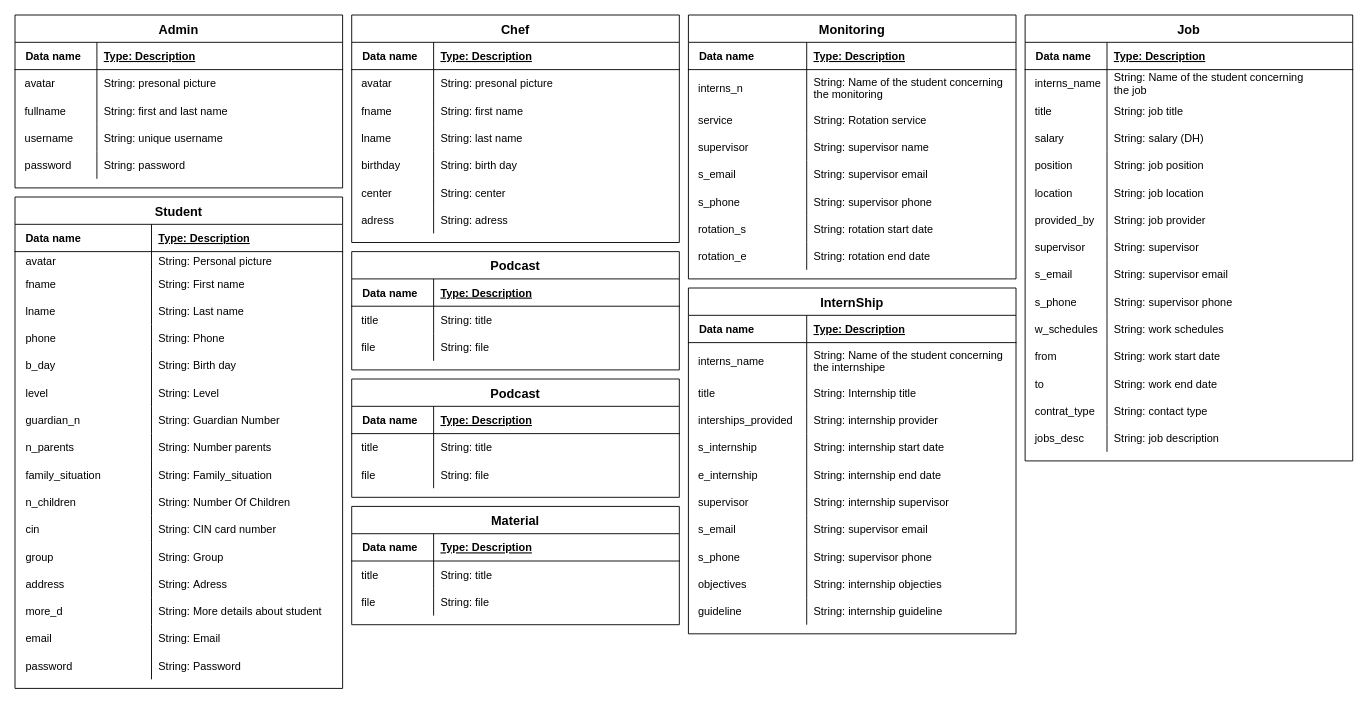
The draw.io diagram page "DataGuide" (3 of 4) of UML/UML.drawio in ZakariaBenhirt89/amaltadrib, before the edit. Source tidied: cells renumbered, new cells numbered last; positions are measured from the earlier drawing's top-left corner, leaving out a move shared by most shapes. Both pictures are drawn from the tidied source at 91%, with x=0, y=0 at pixel (15, 15).
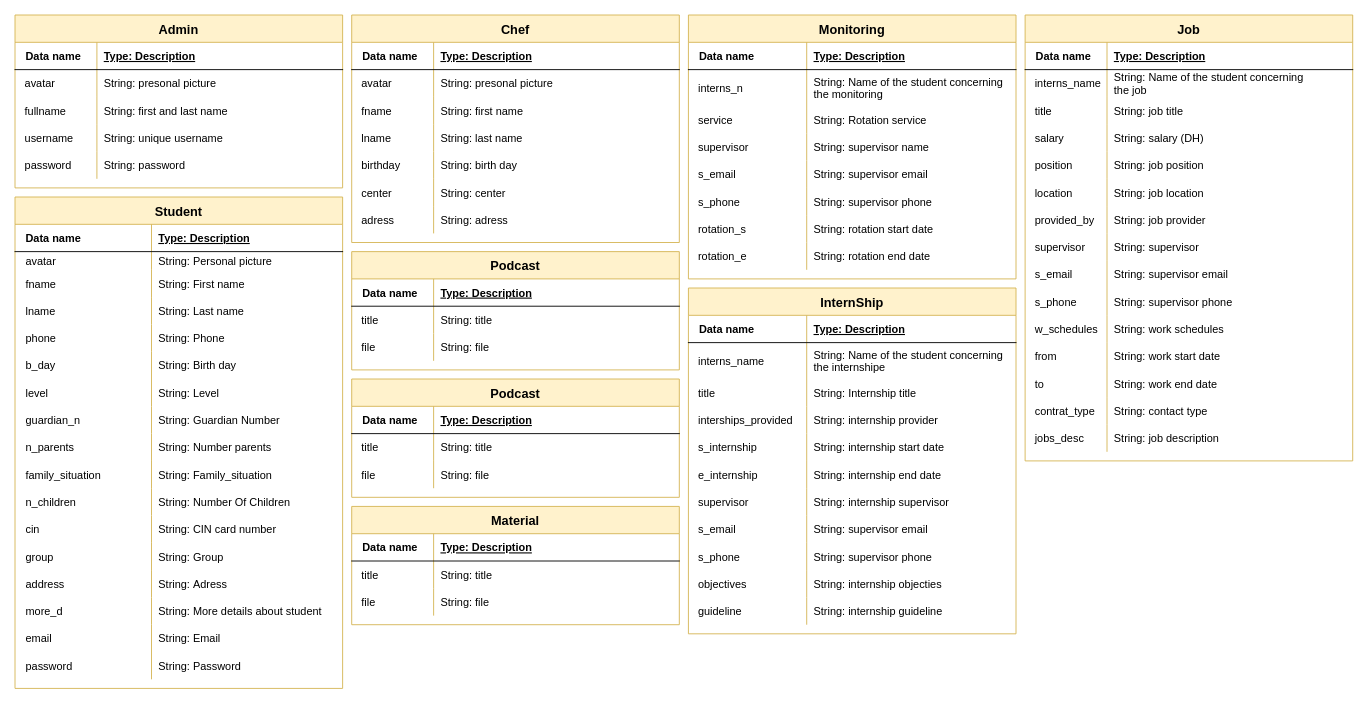
The same page after the edit.

Diff of the diagram source:
```diff
@@
-    <mxCell id="2" value="Admin" style="shape=table;startSize=30;childLayout=tableLayout;rowLines=0;fontStyle=1;align=center;fontSize=14;" parent="1" vertex="1">
+    <mxCell id="2" value="Admin" style="shape=table;startSize=30;childLayout=tableLayout;rowLines=0;fontStyle=1;align=center;fontSize=14;fillColor=#fff2cc;strokeColor=#d6b656;" parent="1" vertex="1">
       <mxGeometry width="360" height="190" as="geometry" />
     </mxCell>
@@
-    <mxCell id="18" value="Student" style="shape=table;startSize=30;childLayout=tableLayout;rowLines=0;fontStyle=1;align=center;fontSize=14;" parent="1" vertex="1">
+    <mxCell id="18" value="Student" style="shape=table;startSize=30;childLayout=tableLayout;rowLines=0;fontStyle=1;align=center;fontSize=14;fillColor=#fff2cc;strokeColor=#d6b656;" parent="1" vertex="1">
       <mxGeometry y="200" width="360" height="540" as="geometry" />
     </mxCell>
@@
-    <mxCell id="70" value="Chef" style="shape=table;startSize=30;childLayout=tableLayout;rowLines=0;fontStyle=1;align=center;fontSize=14;" parent="1" vertex="1">
+    <mxCell id="70" value="Chef" style="shape=table;startSize=30;childLayout=tableLayout;rowLines=0;fontStyle=1;align=center;fontSize=14;fillColor=#fff2cc;strokeColor=#d6b656;" parent="1" vertex="1">
       <mxGeometry x="370" width="360" height="250" as="geometry" />
     </mxCell>
@@
-    <mxCell id="92" value="Podcast" style="shape=table;startSize=30;childLayout=tableLayout;rowLines=0;fontStyle=1;align=center;fontSize=14;" parent="1" vertex="1">
+    <mxCell id="92" value="Podcast" style="shape=table;startSize=30;childLayout=tableLayout;rowLines=0;fontStyle=1;align=center;fontSize=14;fillColor=#fff2cc;strokeColor=#d6b656;" parent="1" vertex="1">
       <mxGeometry x="370" y="260" width="360" height="130" as="geometry" />
     </mxCell>
@@
-    <mxCell id="102" value="Podcast" style="shape=table;startSize=30;childLayout=tableLayout;rowLines=0;fontStyle=1;align=center;fontSize=14;" parent="1" vertex="1">
+    <mxCell id="102" value="Podcast" style="shape=table;startSize=30;childLayout=tableLayout;rowLines=0;fontStyle=1;align=center;fontSize=14;fillColor=#fff2cc;strokeColor=#d6b656;" parent="1" vertex="1">
       <mxGeometry x="370" y="400" width="360" height="130" as="geometry" />
     </mxCell>
@@
-    <mxCell id="112" value="Material" style="shape=table;startSize=30;childLayout=tableLayout;rowLines=0;fontStyle=1;align=center;fontSize=14;" parent="1" vertex="1">
+    <mxCell id="112" value="Material" style="shape=table;startSize=30;childLayout=tableLayout;rowLines=0;fontStyle=1;align=center;fontSize=14;fillColor=#fff2cc;strokeColor=#d6b656;" parent="1" vertex="1">
       <mxGeometry x="370" y="540" width="360" height="130" as="geometry" />
     </mxCell>
@@
-    <mxCell id="122" value="Monitoring" style="shape=table;startSize=30;childLayout=tableLayout;rowLines=0;fontStyle=1;align=center;fontSize=14;" parent="1" vertex="1">
+    <mxCell id="122" value="Monitoring" style="shape=table;startSize=30;childLayout=tableLayout;rowLines=0;fontStyle=1;align=center;fontSize=14;fillColor=#fff2cc;strokeColor=#d6b656;" parent="1" vertex="1">
       <mxGeometry x="740" width="360" height="290" as="geometry" />
     </mxCell>
@@
-    <mxCell id="147" value="InternShip" style="shape=table;startSize=30;childLayout=tableLayout;rowLines=0;fontStyle=1;align=center;fontSize=14;" parent="1" vertex="1">
+    <mxCell id="147" value="InternShip" style="shape=table;startSize=30;childLayout=tableLayout;rowLines=0;fontStyle=1;align=center;fontSize=14;fillColor=#fff2cc;strokeColor=#d6b656;" parent="1" vertex="1">
       <mxGeometry x="740" y="300" width="360" height="380" as="geometry" />
     </mxCell>
@@
-    <mxCell id="181" value="Job" style="shape=table;startSize=30;childLayout=tableLayout;rowLines=0;fontStyle=1;align=center;fontSize=14;" parent="1" vertex="1">
+    <mxCell id="181" value="Job" style="shape=table;startSize=30;childLayout=tableLayout;rowLines=0;fontStyle=1;align=center;fontSize=14;fillColor=#fff2cc;strokeColor=#d6b656;" parent="1" vertex="1">
       <mxGeometry x="1110" width="360" height="490" as="geometry" />
     </mxCell>
```
